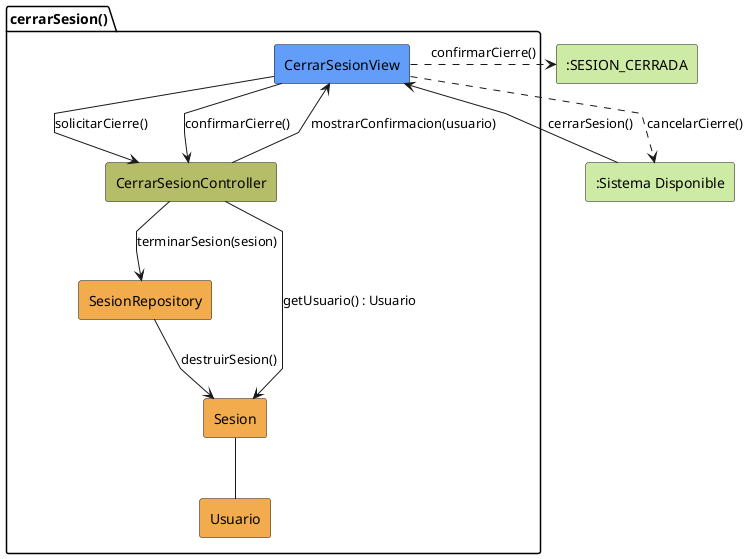
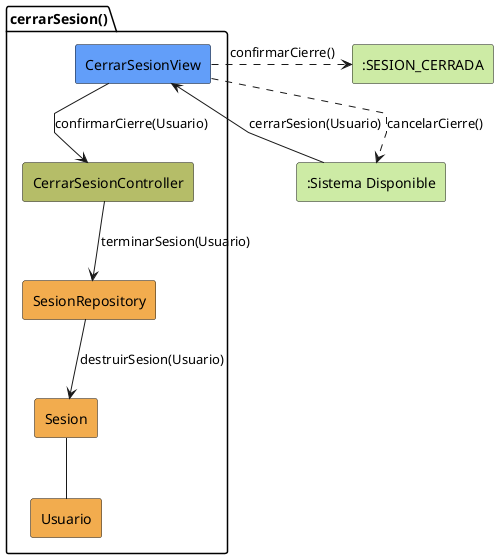
@startuml cerrarSesion-analisis
skinparam linetype polyline

rectangle #CDEBA5 ":Sistema Disponible" as SistemaDisponible
package cerrarSesion as "cerrarSesion()" {
    rectangle #629EF9 CerrarSesionView
    rectangle #b5bd68 CerrarSesionController
    rectangle #F2AC4E SesionRepository
    rectangle #F2AC4E Sesion
    rectangle #F2AC4E Usuario
}

rectangle #CDEBA5 ":SESION_CERRADA" as SESIONCERRADA

- SistemaDisponible -r-> CerrarSesionView: cerrarSesion()
+ SistemaDisponible -r-> CerrarSesionView: cerrarSesion(Usuario)

- CerrarSesionView -d-> CerrarSesionController: solicitarCierre()
+ CerrarSesionView -d-> CerrarSesionController: confirmarCierre(Usuario)

- CerrarSesionController --> Sesion: getUsuario() : Usuario
- CerrarSesionController --> CerrarSesionView: mostrarConfirmacion(usuario)
- CerrarSesionView -d-> CerrarSesionController: confirmarCierre()
- CerrarSesionController --> SesionRepository: terminarSesion(sesion)
- SesionRepository --> Sesion: destruirSesion()
+ CerrarSesionController --> SesionRepository: terminarSesion(Usuario)
+ SesionRepository --> Sesion: destruirSesion(Usuario)

Sesion -d- Usuario

CerrarSesionView ..> SistemaDisponible: cancelarCierre()
CerrarSesionView ..r.> SESIONCERRADA: confirmarCierre()

@enduml